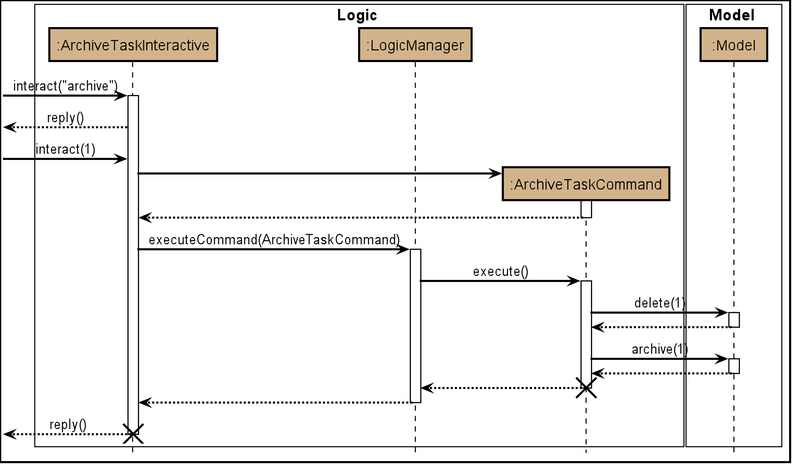
This is images/ArchiveSequenceDiagram.png from AY1920S2-CS2103T-W16-3/main, a PlantUML export, as it was before one commit.
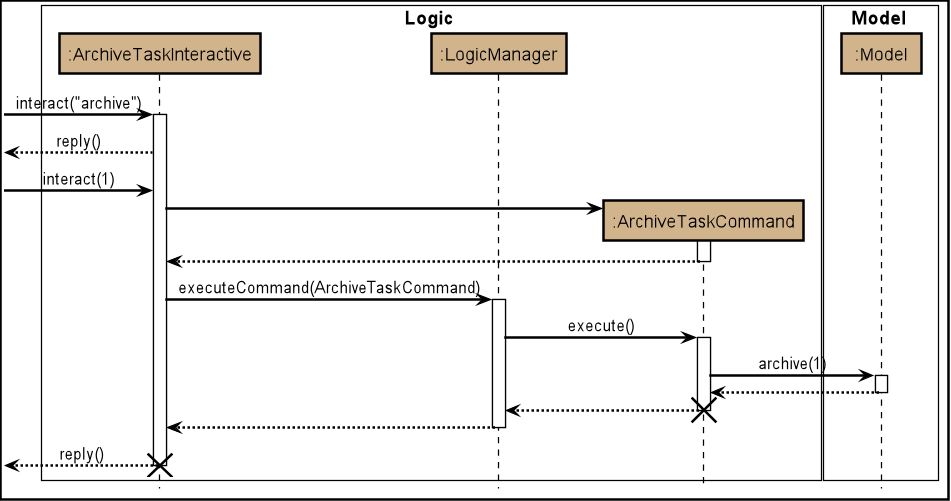
Above is the later version.

Diff of the diagram source:
```diff
@@ -87,12 +87,6 @@
 LogicManager -> ArchiveTaskCommand : execute()
 activate ArchiveTaskCommand
 
-ArchiveTaskCommand -> Model : delete(1)
-activate Model
-
-Model --> ArchiveTaskCommand
-deactivate Model
-
 ArchiveTaskCommand -> Model : archive(1)
 activate Model
 
```
